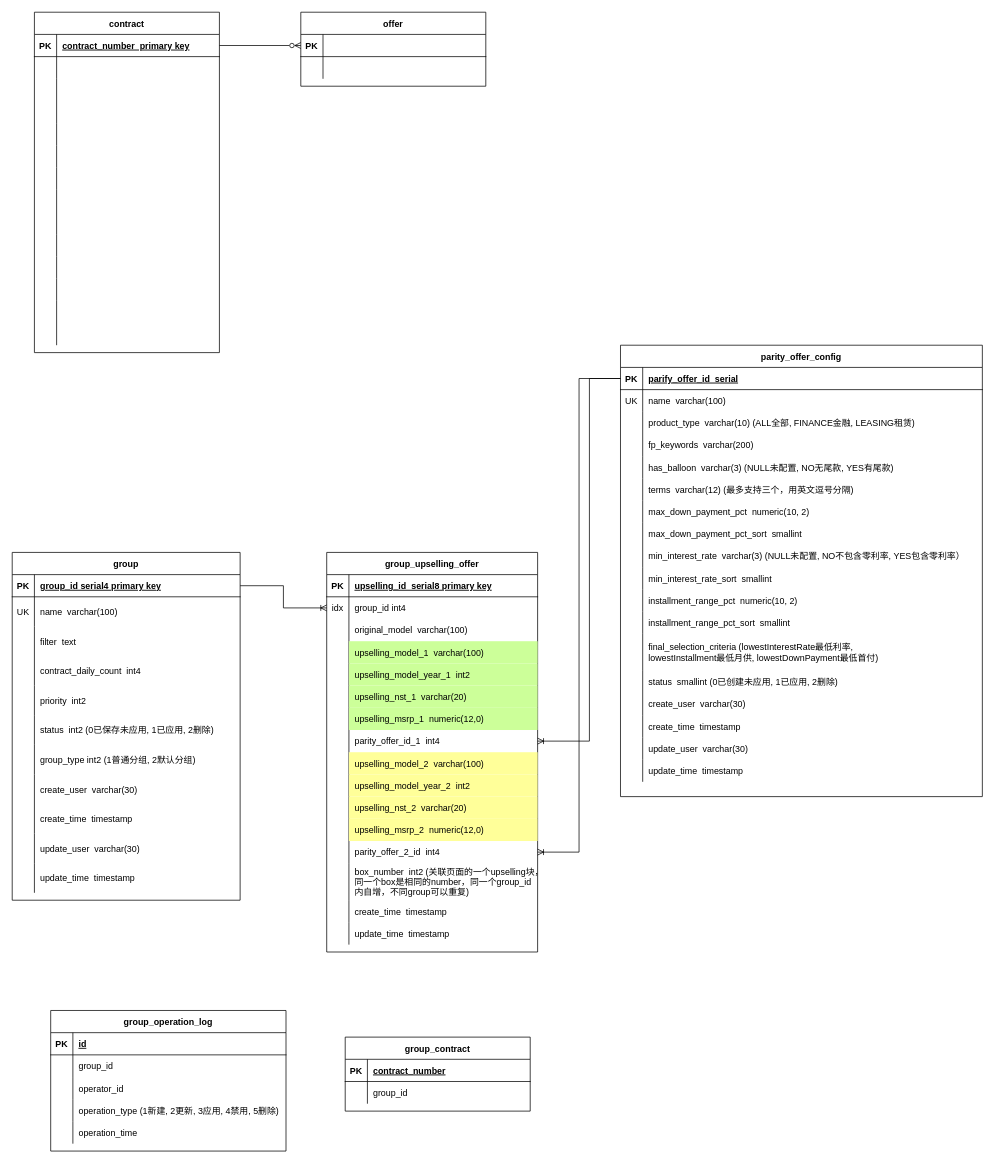
Earlier version of the draw.io diagram insight.drawio (likun0121/insight). Source tidied: cells renumbered, new cells numbered last; positions are measured from the earlier drawing's top-left corner, leaving out a move shared by most shapes. Both pictures are drawn from the tidied source at 74%, with x=0, y=0 at pixel (12, 12).
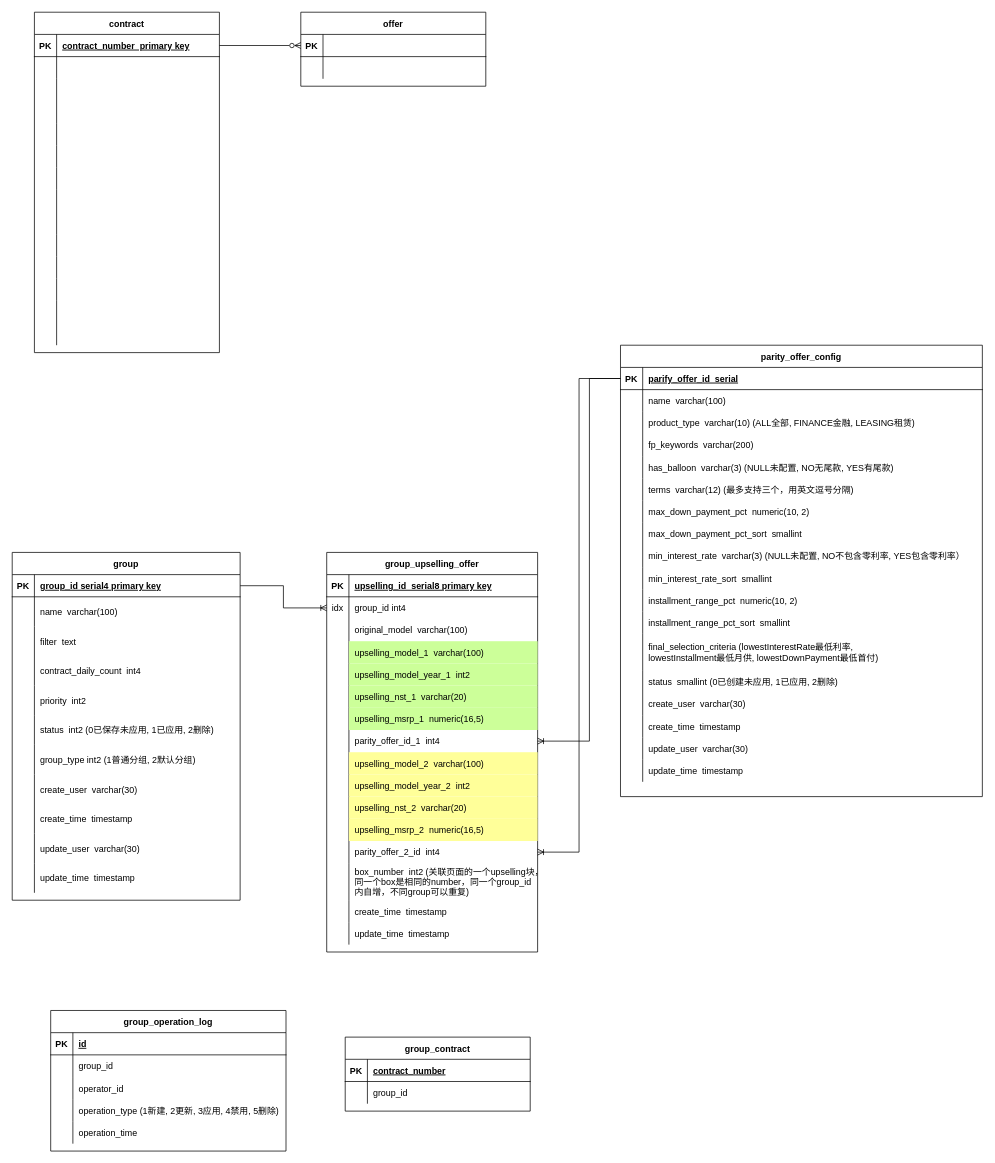
After the change.

Unchanged cells that the change refers to:
```xml
<mxCell id="57" style="shape=partialRectangle;fillColor=none;top=0;left=0;right=0;bottom=0;" parent="53" vertex="1">
  <mxGeometry y="60" width="308" height="40" as="geometry" />
</mxCell>
<mxCell id="91" style="shape=partialRectangle;fillColor=none;top=0;left=0;right=0;bottom=0;" parent="87" vertex="1">
  <mxGeometry y="60" width="489" height="30" as="geometry" />
</mxCell>
<mxCell id="161" style="shape=partialRectangle;fillColor=none;top=0;left=0;right=0;bottom=0;" parent="142" vertex="1">
  <mxGeometry y="210" width="285" height="30" as="geometry" />
</mxCell>
<mxCell id="176" style="shape=partialRectangle;fillColor=none;top=0;left=0;right=0;bottom=0;" parent="142" vertex="1">
  <mxGeometry y="360" width="285" height="30" as="geometry" />
</mxCell>
```

The edit, as a diff of the source:
```diff
@@
-    <mxCell id="58" value="UK" style="shape=partialRectangle;overflow=hidden;fillColor=none;top=0;left=0;bottom=0;right=0;" parent="57" vertex="1">
+    <mxCell id="58" style="shape=partialRectangle;overflow=hidden;fillColor=none;top=0;left=0;bottom=0;right=0;" parent="57" vertex="1">
       <mxGeometry width="30" height="40" as="geometry" />
     </mxCell>
@@
-    <mxCell id="92" value="UK" style="shape=partialRectangle;overflow=hidden;fillColor=none;top=0;left=0;bottom=0;right=0;" parent="91" vertex="1">
+    <mxCell id="92" style="shape=partialRectangle;overflow=hidden;fillColor=none;top=0;left=0;bottom=0;right=0;" parent="91" vertex="1">
       <mxGeometry width="30" height="30" as="geometry" />
     </mxCell>
@@
-    <mxCell id="163" value="upselling_msrp_1  numeric(12,0)" style="shape=partialRectangle;overflow=hidden;fillColor=#CCFF99;top=0;left=0;bottom=0;right=0;align=left;spacingLeft=6;" parent="161" vertex="1">
+    <mxCell id="163" value="upselling_msrp_1  numeric(16,5)" style="shape=partialRectangle;overflow=hidden;fillColor=#CCFF99;top=0;left=0;bottom=0;right=0;align=left;spacingLeft=6;" parent="161" vertex="1">
       <mxGeometry x="30" width="255" height="30" as="geometry" />
     </mxCell>
@@
-    <mxCell id="178" value="upselling_msrp_2  numeric(12,0)" style="shape=partialRectangle;overflow=hidden;fillColor=#FFFF99;top=0;left=0;bottom=0;right=0;align=left;spacingLeft=6;" parent="176" vertex="1">
+    <mxCell id="178" value="upselling_msrp_2  numeric(16,5)" style="shape=partialRectangle;overflow=hidden;fillColor=#FFFF99;top=0;left=0;bottom=0;right=0;align=left;spacingLeft=6;" parent="176" vertex="1">
       <mxGeometry x="30" width="255" height="30" as="geometry" />
     </mxCell>
```
